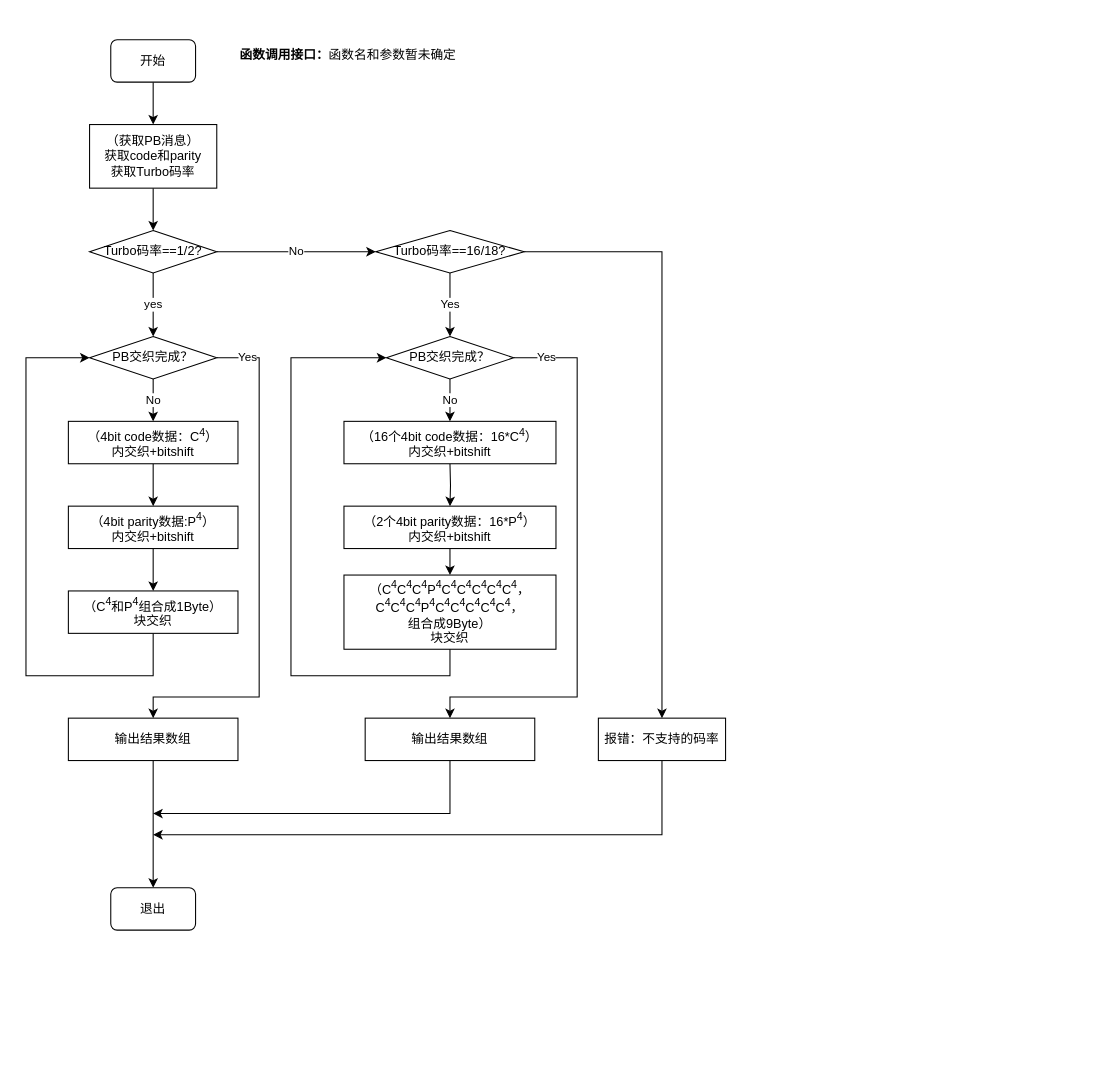
Above: page "InterLeave" (2 of 3) of HPLC物理层结构框图.drawio in wa-kakalala/PLCProject (draw.io), before the change. Source tidied: cells renumbered, new cells numbered last; positions are measured from the earlier drawing's top-left corner, leaving out a move shared by most shapes. Both pictures are drawn from the tidied source at 106%, with x=0, y=0 at pixel (25, 39).
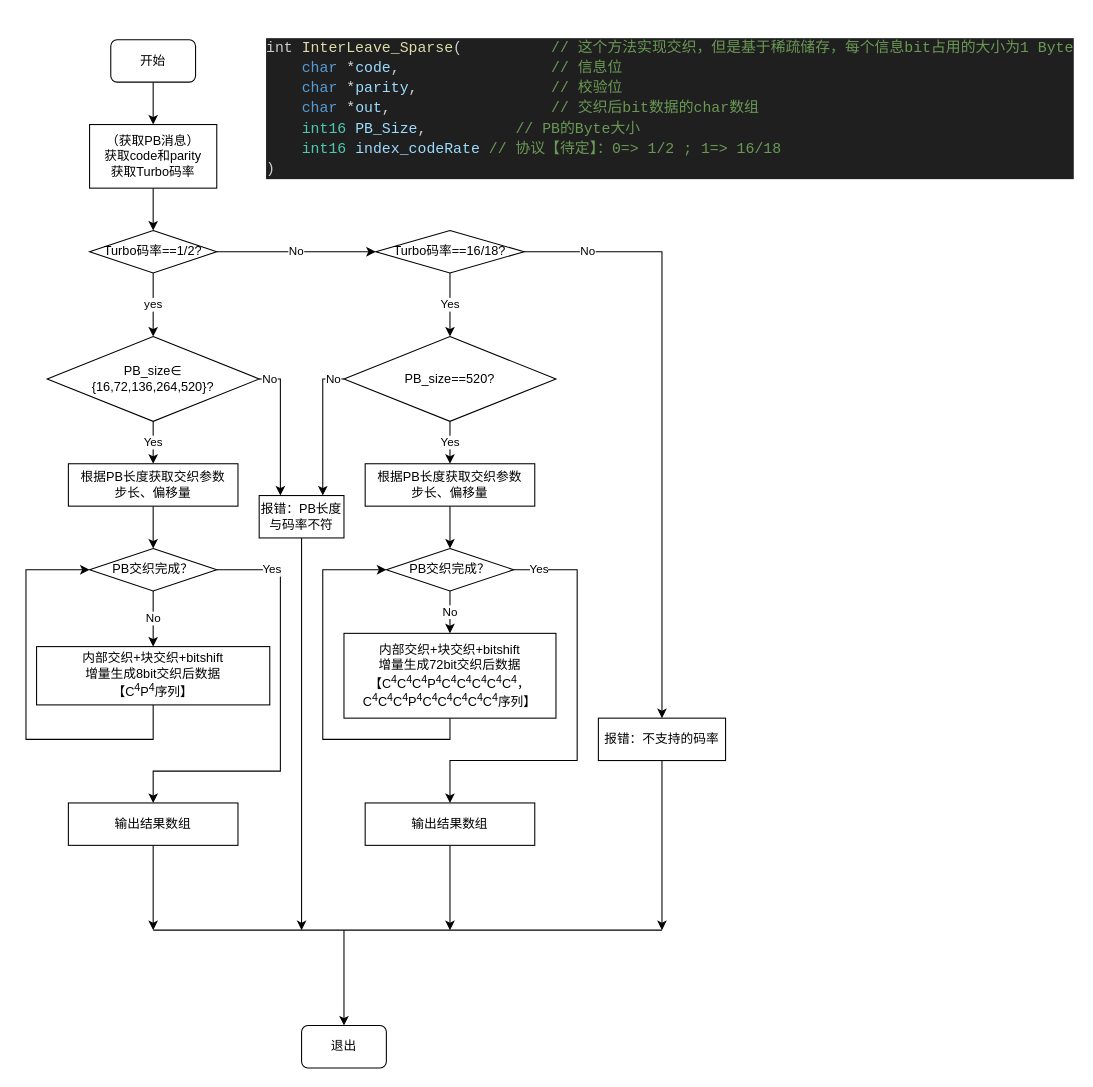
The same page after the edit.

Commit message:
更新了基于稀疏char数组的InterLeave实现逻辑

The change refers to these unchanged cells:
```xml
<mxCell id="8" value="Turbo码率==1/2?" style="rhombus;whiteSpace=wrap;html=1;" parent="1" vertex="1">
  <mxGeometry x="60" y="180" width="120" height="40" as="geometry" />
</mxCell>
<mxCell id="11" value="Turbo码率==16/18?" style="rhombus;whiteSpace=wrap;html=1;" parent="1" vertex="1">
  <mxGeometry x="330" y="180" width="140" height="40" as="geometry" />
</mxCell>
<mxCell id="35" value="报错：不支持的码率" style="rounded=0;whiteSpace=wrap;html=1;" parent="1" vertex="1">
  <mxGeometry x="540" y="640" width="120" height="40" as="geometry" />
</mxCell>
```

The edit, as a diff of the source:
```diff
@@
-    <mxCell id="7" value="yes" style="edgeStyle=orthogonalEdgeStyle;rounded=0;jettySize=auto;html=1;" parent="1" edge="1" source="8" target="21">
+    <mxCell id="7" value="yes" style="edgeStyle=orthogonalEdgeStyle;rounded=0;jettySize=auto;html=1;entryX=0.5;entryY=0;entryDx=0;entryDy=0;" parent="1" edge="1" source="8" target="52">
       <mxGeometry relative="1" as="geometry" />
     </mxCell>
@@
-    <mxCell id="9" value="Yes" style="edgeStyle=orthogonalEdgeStyle;rounded=0;jettySize=auto;html=1;" parent="1" edge="1" source="11" target="26">
-      <mxGeometry relative="1" as="geometry" />
-    </mxCell>
+    <mxCell id="38" value="Yes" style="edgeStyle=orthogonalEdgeStyle;rounded=0;jettySize=auto;html=1;exitX=0.5;exitY=1;exitDx=0;exitDy=0;entryX=0.5;entryY=0;entryDx=0;entryDy=0;" parent="1" edge="1" source="63" target="65">
+      <mxGeometry relative="1" as="geometry" />
+    </mxCell>
-    <mxCell id="10" style="edgeStyle=orthogonalEdgeStyle;rounded=0;jettySize=auto;html=1;" parent="1" edge="1" source="11" target="35">
-      <mxGeometry relative="1" as="geometry" />
+    <mxCell id="10" value="No" style="edgeStyle=orthogonalEdgeStyle;rounded=0;jettySize=auto;html=1;" parent="1" edge="1" source="11" target="35">
+      <mxGeometry x="-0.79" relative="1" as="geometry" />
     </mxCell>
+    <mxCell id="39" value="Yes" style="edgeStyle=orthogonalEdgeStyle;rounded=0;jettySize=auto;html=1;" parent="1" edge="1" source="11" target="63">
+      <mxGeometry relative="1" as="geometry" />
+    </mxCell>
@@
-    <mxCell id="12" style="edgeStyle=orthogonalEdgeStyle;rounded=0;jettySize=auto;html=1;" parent="1" edge="1" source="13" target="15">
-      <mxGeometry relative="1" as="geometry" />
-    </mxCell>
-    <mxCell id="13" value="（4bit code数据：C&lt;sup&gt;4&lt;/sup&gt;）&lt;br&gt;内交织+bitshift" style="rounded=0;whiteSpace=wrap;html=1;" parent="1" vertex="1">
-      <mxGeometry x="40" y="360" width="160" height="40" as="geometry" />
-    </mxCell>
-    <mxCell id="14" style="edgeStyle=orthogonalEdgeStyle;rounded=0;jettySize=auto;html=1;" parent="1" edge="1" source="15" target="18">
-      <mxGeometry relative="1" as="geometry" />
-    </mxCell>
-    <mxCell id="15" value="（4bit parity数据:P&lt;sup&gt;4&lt;/sup&gt;）&lt;br&gt;内交织+bitshift" style="rounded=0;whiteSpace=wrap;html=1;" parent="1" vertex="1">
-      <mxGeometry x="40" y="440" width="160" height="40" as="geometry" />
-    </mxCell>
-    <mxCell id="16" style="edgeStyle=orthogonalEdgeStyle;rounded=0;orthogonalLoop=1;jettySize=auto;html=1;" parent="1" edge="1">
-      <mxGeometry relative="1" as="geometry">
-        <mxPoint x="400" y="400" as="sourcePoint" />
-        <mxPoint x="400" y="440" as="targetPoint" />
-      </mxGeometry>
-    </mxCell>
-    <mxCell id="17" style="edgeStyle=orthogonalEdgeStyle;rounded=0;jettySize=auto;html=1;exitX=0.5;exitY=1;exitDx=0;exitDy=0;entryX=0;entryY=0.5;entryDx=0;entryDy=0;" parent="1" edge="1" source="18" target="21">
-      <mxGeometry relative="1" as="geometry">
-        <Array as="points">
-          <mxPoint x="120" y="600" />
-          <mxPoint y="600" />
-          <mxPoint y="300" />
-        </Array>
-      </mxGeometry>
-    </mxCell>
-    <mxCell id="18" value="（C&lt;sup&gt;4&lt;/sup&gt;和P&lt;sup&gt;4&lt;/sup&gt;组合成1Byte）&lt;br&gt;块交织" style="rounded=0;whiteSpace=wrap;html=1;" parent="1" vertex="1">
-      <mxGeometry x="40" y="520" width="160" height="40" as="geometry" />
-    </mxCell>
-    <mxCell id="19" value="No" style="edgeStyle=orthogonalEdgeStyle;rounded=0;jettySize=auto;html=1;" parent="1" edge="1" source="21" target="13">
-      <mxGeometry relative="1" as="geometry" />
-    </mxCell>
-    <mxCell id="20" value="Yes" style="edgeStyle=orthogonalEdgeStyle;rounded=0;jettySize=auto;html=1;entryX=0.5;entryY=0;entryDx=0;entryDy=0;" parent="1" edge="1" source="21" target="23">
-      <mxGeometry x="-0.88" relative="1" as="geometry">
-        <Array as="points">
-          <mxPoint x="220" y="300" />
-          <mxPoint x="220" y="620" />
-          <mxPoint x="120" y="620" />
-        </Array>
-      </mxGeometry>
-    </mxCell>
-    <mxCell id="21" value="PB交织完成？" style="rhombus;whiteSpace=wrap;html=1;" parent="1" vertex="1">
-      <mxGeometry x="60" y="280" width="120" height="40" as="geometry" />
-    </mxCell>
-    <mxCell id="22" style="edgeStyle=orthogonalEdgeStyle;rounded=0;jettySize=auto;html=1;" parent="1" edge="1" source="23" target="36">
-      <mxGeometry relative="1" as="geometry" />
-    </mxCell>
-    <mxCell id="23" value="输出结果数组" style="rounded=0;whiteSpace=wrap;html=1;" parent="1" vertex="1">
-      <mxGeometry x="40" y="640" width="160" height="40" as="geometry" />
-    </mxCell>
-    <mxCell id="24" value="（C&lt;sup&gt;4&lt;/sup&gt;C&lt;sup style=&quot;border-color: var(--border-color);&quot;&gt;4&lt;/sup&gt;C&lt;sup style=&quot;border-color: var(--border-color);&quot;&gt;4&lt;/sup&gt;P&lt;sup&gt;4&lt;/sup&gt;C&lt;sup style=&quot;border-color: var(--border-color);&quot;&gt;4&lt;/sup&gt;C&lt;sup style=&quot;border-color: var(--border-color);&quot;&gt;4&lt;/sup&gt;C&lt;sup style=&quot;border-color: var(--border-color);&quot;&gt;4&lt;/sup&gt;C&lt;sup style=&quot;border-color: var(--border-color);&quot;&gt;4&lt;/sup&gt;C&lt;sup style=&quot;border-color: var(--border-color);&quot;&gt;4&lt;/sup&gt;&lt;span style=&quot;border-color: var(--border-color);&quot;&gt;，&lt;br&gt;&lt;/span&gt;C&lt;sup style=&quot;border-color: var(--border-color);&quot;&gt;4&lt;/sup&gt;C&lt;sup style=&quot;border-color: var(--border-color);&quot;&gt;4&lt;/sup&gt;C&lt;sup style=&quot;border-color: var(--border-color);&quot;&gt;4&lt;/sup&gt;P&lt;sup style=&quot;border-color: var(--border-color);&quot;&gt;4&lt;/sup&gt;C&lt;sup style=&quot;border-color: var(--border-color);&quot;&gt;4&lt;/sup&gt;C&lt;sup style=&quot;border-color: var(--border-color);&quot;&gt;4&lt;/sup&gt;C&lt;sup style=&quot;border-color: var(--border-color);&quot;&gt;4&lt;/sup&gt;C&lt;sup style=&quot;border-color: var(--border-color);&quot;&gt;4&lt;/sup&gt;C&lt;sup style=&quot;border-color: var(--border-color);&quot;&gt;4&lt;/sup&gt;，&lt;sup&gt;&lt;br&gt;&lt;/sup&gt;组合成9Byte）&lt;br&gt;块交织" style="rounded=0;whiteSpace=wrap;html=1;" parent="1" vertex="1">
-      <mxGeometry x="300" y="505" width="200" height="70" as="geometry" />
-    </mxCell>
-    <mxCell id="25" value="No" style="edgeStyle=orthogonalEdgeStyle;rounded=0;jettySize=auto;html=1;" parent="1" edge="1" source="26">
-      <mxGeometry relative="1" as="geometry">
-        <mxPoint x="400" y="360" as="targetPoint" />
-      </mxGeometry>
-    </mxCell>
-    <mxCell id="26" value="PB交织完成？" style="rhombus;whiteSpace=wrap;html=1;" parent="1" vertex="1">
-      <mxGeometry x="340" y="280" width="120" height="40" as="geometry" />
-    </mxCell>
-    <mxCell id="27" value="（16个4bit code数据：16*C&lt;sup&gt;4&lt;/sup&gt;）&lt;br&gt;内交织+bitshift" style="rounded=0;whiteSpace=wrap;html=1;" parent="1" vertex="1">
-      <mxGeometry x="300" y="360" width="200" height="40" as="geometry" />
-    </mxCell>
-    <mxCell id="28" style="edgeStyle=orthogonalEdgeStyle;rounded=0;jettySize=auto;html=1;" parent="1" edge="1" source="29" target="24">
-      <mxGeometry relative="1" as="geometry" />
-    </mxCell>
-    <mxCell id="29" value="（2个4bit parity数据：16*P&lt;sup&gt;4&lt;/sup&gt;）&lt;br&gt;内交织+bitshift" style="rounded=0;whiteSpace=wrap;html=1;" parent="1" vertex="1">
-      <mxGeometry x="300" y="440" width="200" height="40" as="geometry" />
-    </mxCell>
+    <mxCell id="40" style="edgeStyle=none;rounded=0;jettySize=auto;html=1;exitX=0.5;exitY=1;exitDx=0;exitDy=0;startArrow=none;startFill=0;endArrow=classic;endFill=1;" parent="1" edge="1" source="41">
+      <mxGeometry relative="1" as="geometry">
+        <mxPoint x="120" y="840" as="targetPoint" />
+      </mxGeometry>
+    </mxCell>
+    <mxCell id="41" value="输出结果数组" style="rounded=0;whiteSpace=wrap;html=1;" parent="1" vertex="1">
+      <mxGeometry x="40" y="720" width="160" height="40" as="geometry" />
+    </mxCell>
+    <mxCell id="42" value="内部交织+块交织+bitshift&lt;br style=&quot;border-color: var(--border-color);&quot;&gt;增量生成72bit交织后数据【C&lt;sup&gt;4&lt;/sup&gt;C&lt;sup style=&quot;border-color: var(--border-color);&quot;&gt;4&lt;/sup&gt;C&lt;sup style=&quot;border-color: var(--border-color);&quot;&gt;4&lt;/sup&gt;P&lt;sup&gt;4&lt;/sup&gt;C&lt;sup style=&quot;border-color: var(--border-color);&quot;&gt;4&lt;/sup&gt;C&lt;sup style=&quot;border-color: var(--border-color);&quot;&gt;4&lt;/sup&gt;C&lt;sup style=&quot;border-color: var(--border-color);&quot;&gt;4&lt;/sup&gt;C&lt;sup style=&quot;border-color: var(--border-color);&quot;&gt;4&lt;/sup&gt;C&lt;sup style=&quot;border-color: var(--border-color);&quot;&gt;4&lt;/sup&gt;&lt;span style=&quot;border-color: var(--border-color);&quot;&gt;，&lt;br&gt;&lt;/span&gt;C&lt;sup style=&quot;border-color: var(--border-color);&quot;&gt;4&lt;/sup&gt;C&lt;sup style=&quot;border-color: var(--border-color);&quot;&gt;4&lt;/sup&gt;C&lt;sup style=&quot;border-color: var(--border-color);&quot;&gt;4&lt;/sup&gt;P&lt;sup style=&quot;border-color: var(--border-color);&quot;&gt;4&lt;/sup&gt;C&lt;sup style=&quot;border-color: var(--border-color);&quot;&gt;4&lt;/sup&gt;C&lt;sup style=&quot;border-color: var(--border-color);&quot;&gt;4&lt;/sup&gt;C&lt;sup style=&quot;border-color: var(--border-color);&quot;&gt;4&lt;/sup&gt;C&lt;sup style=&quot;border-color: var(--border-color);&quot;&gt;4&lt;/sup&gt;C&lt;sup style=&quot;border-color: var(--border-color);&quot;&gt;4&lt;/sup&gt;序列】" style="rounded=0;whiteSpace=wrap;html=1;" parent="1" vertex="1">
+      <mxGeometry x="300" y="560" width="200" height="80" as="geometry" />
+    </mxCell>
+    <mxCell id="43" value="No" style="edgeStyle=orthogonalEdgeStyle;rounded=0;jettySize=auto;html=1;entryX=0.5;entryY=0;entryDx=0;entryDy=0;" parent="1" edge="1" source="44" target="42">
+      <mxGeometry relative="1" as="geometry" />
+    </mxCell>
+    <mxCell id="44" value="PB交织完成？" style="rhombus;whiteSpace=wrap;html=1;" parent="1" vertex="1">
+      <mxGeometry x="340" y="480" width="120" height="40" as="geometry" />
+    </mxCell>
-    <mxCell id="30" value="Yes" style="edgeStyle=orthogonalEdgeStyle;rounded=0;jettySize=auto;html=1;entryX=0.5;entryY=0;entryDx=0;entryDy=0;exitX=1;exitY=0.5;exitDx=0;exitDy=0;" parent="1" edge="1" source="26" target="32">
+    <mxCell id="30" value="Yes" style="edgeStyle=orthogonalEdgeStyle;rounded=0;jettySize=auto;html=1;entryX=0.5;entryY=0;entryDx=0;entryDy=0;exitX=1;exitY=0.5;exitDx=0;exitDy=0;" parent="1" edge="1" source="44" target="46">
       <mxGeometry x="-0.88" relative="1" as="geometry">
         <Array as="points">
-          <mxPoint x="520" y="300" />
-          <mxPoint x="520" y="620" />
-          <mxPoint x="400" y="620" />
+          <mxPoint x="520" y="500" />
+          <mxPoint x="520" y="680" />
+          <mxPoint x="400" y="680" />
         </Array>
       </mxGeometry>
     </mxCell>
-    <mxCell id="31" style="edgeStyle=orthogonalEdgeStyle;rounded=0;jettySize=auto;html=1;" parent="1" edge="1" source="32">
-      <mxGeometry relative="1" as="geometry">
-        <mxPoint x="120" y="730" as="targetPoint" />
-        <Array as="points">
-          <mxPoint x="400" y="730" />
-        </Array>
-      </mxGeometry>
-    </mxCell>
-    <mxCell id="32" value="输出结果数组" style="rounded=0;whiteSpace=wrap;html=1;" parent="1" vertex="1">
-      <mxGeometry x="320" y="640" width="160" height="40" as="geometry" />
-    </mxCell>
-    <mxCell id="33" style="edgeStyle=orthogonalEdgeStyle;rounded=0;jettySize=auto;html=1;exitX=0.5;exitY=1;exitDx=0;exitDy=0;entryX=0;entryY=0.5;entryDx=0;entryDy=0;" parent="1" edge="1" source="24" target="26">
-      <mxGeometry relative="1" as="geometry">
-        <Array as="points">
-          <mxPoint x="400" y="600" />
-          <mxPoint x="250" y="600" />
-          <mxPoint x="250" y="300" />
-        </Array>
-      </mxGeometry>
-    </mxCell>
-    <mxCell id="34" style="edgeStyle=orthogonalEdgeStyle;rounded=0;jettySize=auto;html=1;exitX=0.5;exitY=1;exitDx=0;exitDy=0;" parent="1" edge="1" source="35">
-      <mxGeometry relative="1" as="geometry">
-        <mxPoint x="120" y="750" as="targetPoint" />
-        <Array as="points">
-          <mxPoint x="600" y="750" />
-          <mxPoint x="120" y="750" />
-        </Array>
-      </mxGeometry>
-    </mxCell>
+    <mxCell id="45" style="edgeStyle=none;rounded=0;jettySize=auto;html=1;exitX=0.5;exitY=1;exitDx=0;exitDy=0;startArrow=none;startFill=0;endArrow=classic;endFill=1;" parent="1" edge="1" source="46">
+      <mxGeometry relative="1" as="geometry">
+        <mxPoint x="400" y="840" as="targetPoint" />
+      </mxGeometry>
+    </mxCell>
+    <mxCell id="46" value="输出结果数组" style="rounded=0;whiteSpace=wrap;html=1;" parent="1" vertex="1">
+      <mxGeometry x="320" y="720" width="160" height="40" as="geometry" />
+    </mxCell>
+    <mxCell id="47" style="edgeStyle=orthogonalEdgeStyle;rounded=0;jettySize=auto;html=1;exitX=0.5;exitY=1;exitDx=0;exitDy=0;entryX=0;entryY=0.5;entryDx=0;entryDy=0;" parent="1" edge="1" source="42" target="44">
+      <mxGeometry relative="1" as="geometry">
+        <Array as="points">
+          <mxPoint x="400" y="660" />
+          <mxPoint x="280" y="660" />
+          <mxPoint x="280" y="500" />
+        </Array>
+      </mxGeometry>
+    </mxCell>
+    <mxCell id="48" style="edgeStyle=none;rounded=0;jettySize=auto;html=1;exitX=0.5;exitY=1;exitDx=0;exitDy=0;startArrow=none;startFill=0;endArrow=classic;endFill=1;" parent="1" edge="1" source="35">
+      <mxGeometry relative="1" as="geometry">
+        <mxPoint x="600" y="840" as="targetPoint" />
+      </mxGeometry>
+    </mxCell>
@@
+    <mxCell id="49" style="edgeStyle=none;rounded=0;jettySize=auto;html=1;exitX=0.5;exitY=0;exitDx=0;exitDy=0;endArrow=none;endFill=0;startArrow=classic;startFill=1;" parent="1" edge="1" source="36">
+      <mxGeometry relative="1" as="geometry">
+        <mxPoint x="300" y="840" as="targetPoint" />
+      </mxGeometry>
+    </mxCell>
     <mxCell id="36" value="退出" style="rounded=1;whiteSpace=wrap;html=1;" parent="1" vertex="1">
-      <mxGeometry x="80" y="800" width="80" height="40" as="geometry" />
+      <mxGeometry x="260" y="930" width="80" height="40" as="geometry" />
     </mxCell>
-    <mxCell id="37" value="&lt;b&gt;函数调用接口：&lt;/b&gt;函数名和参数暂未确定" style="text;html=1;strokeColor=none;fillColor=none;align=left;verticalAlign=middle;whiteSpace=wrap;rounded=0;" parent="1" vertex="1">
-      <mxGeometry x="200" width="246" height="30" as="geometry" />
-    </mxCell>
+    <mxCell id="50" value="Yes" style="edgeStyle=orthogonalEdgeStyle;rounded=0;jettySize=auto;html=1;" parent="1" edge="1" source="52" target="54">
+      <mxGeometry relative="1" as="geometry" />
+    </mxCell>
+    <mxCell id="51" value="No" style="edgeStyle=orthogonalEdgeStyle;rounded=0;jettySize=auto;html=1;" parent="1" edge="1" source="52" target="61">
+      <mxGeometry x="-0.85" relative="1" as="geometry">
+        <Array as="points">
+          <mxPoint x="240" y="320" />
+        </Array>
+      </mxGeometry>
+    </mxCell>
+    <mxCell id="52" value="PB_size∈&lt;br&gt;{16,72,136,264,520}?" style="rhombus;whiteSpace=wrap;html=1;" parent="1" vertex="1">
+      <mxGeometry x="20" y="280" width="200" height="80" as="geometry" />
+    </mxCell>
+    <mxCell id="53" style="edgeStyle=orthogonalEdgeStyle;rounded=0;jettySize=auto;html=1;" parent="1" edge="1" source="54" target="59">
+      <mxGeometry relative="1" as="geometry" />
+    </mxCell>
+    <mxCell id="54" value="根据PB长度获取交织参数&lt;br&gt;步长、偏移量" style="rounded=0;whiteSpace=wrap;html=1;" parent="1" vertex="1">
+      <mxGeometry x="40" y="400" width="160" height="40" as="geometry" />
+    </mxCell>
+    <mxCell id="55" style="edgeStyle=orthogonalEdgeStyle;rounded=0;jettySize=auto;html=1;exitX=0.5;exitY=1;exitDx=0;exitDy=0;entryX=0;entryY=0.5;entryDx=0;entryDy=0;" parent="1" edge="1" source="56" target="59">
+      <mxGeometry relative="1" as="geometry">
+        <Array as="points">
+          <mxPoint x="120" y="660" />
+          <mxPoint y="660" />
+          <mxPoint y="500" />
+        </Array>
+      </mxGeometry>
+    </mxCell>
+    <mxCell id="56" value="内部交织+块交织+bitshift&lt;br&gt;增量生成8bit交织后数据&lt;br&gt;【C&lt;sup style=&quot;border-color: var(--border-color);&quot;&gt;4&lt;/sup&gt;P&lt;sup style=&quot;border-color: var(--border-color);&quot;&gt;4&lt;/sup&gt;&lt;span style=&quot;border-color: var(--border-color);&quot;&gt;序列&lt;/span&gt;】" style="rounded=0;whiteSpace=wrap;html=1;" parent="1" vertex="1">
+      <mxGeometry x="10" y="572.5" width="220" height="55" as="geometry" />
+    </mxCell>
+    <mxCell id="57" value="No" style="edgeStyle=orthogonalEdgeStyle;rounded=0;jettySize=auto;html=1;" parent="1" edge="1" source="59" target="56">
+      <mxGeometry relative="1" as="geometry" />
+    </mxCell>
+    <mxCell id="58" value="Yes" style="edgeStyle=orthogonalEdgeStyle;rounded=0;jettySize=auto;html=1;exitX=1;exitY=0.5;exitDx=0;exitDy=0;entryX=0.5;entryY=0;entryDx=0;entryDy=0;" parent="1" edge="1" source="59" target="41">
+      <mxGeometry x="-0.74" relative="1" as="geometry">
+        <Array as="points">
+          <mxPoint x="240" y="500" />
+          <mxPoint x="240" y="690" />
+          <mxPoint x="120" y="690" />
+        </Array>
+      </mxGeometry>
+    </mxCell>
+    <mxCell id="59" value="PB交织完成？" style="rhombus;whiteSpace=wrap;html=1;" parent="1" vertex="1">
+      <mxGeometry x="60" y="480" width="120" height="40" as="geometry" />
+    </mxCell>
+    <mxCell id="60" style="edgeStyle=orthogonalEdgeStyle;rounded=0;jettySize=auto;html=1;" parent="1" edge="1" source="61">
+      <mxGeometry relative="1" as="geometry">
+        <mxPoint x="260" y="840" as="targetPoint" />
+      </mxGeometry>
+    </mxCell>
+    <mxCell id="61" value="报错：PB长度与码率不符" style="rounded=0;whiteSpace=wrap;html=1;" parent="1" vertex="1">
+      <mxGeometry x="220" y="430" width="80" height="40" as="geometry" />
+    </mxCell>
+    <mxCell id="62" value="No" style="edgeStyle=orthogonalEdgeStyle;rounded=0;jettySize=auto;html=1;entryX=0.75;entryY=0;entryDx=0;entryDy=0;" parent="1" edge="1" source="63" target="61">
+      <mxGeometry x="-0.85" relative="1" as="geometry">
+        <Array as="points">
+          <mxPoint x="280" y="320" />
+        </Array>
+      </mxGeometry>
+    </mxCell>
+    <mxCell id="63" value="PB_size==520?" style="rhombus;whiteSpace=wrap;html=1;" parent="1" vertex="1">
+      <mxGeometry x="300" y="280" width="200" height="80" as="geometry" />
+    </mxCell>
+    <mxCell id="64" style="edgeStyle=orthogonalEdgeStyle;rounded=0;jettySize=auto;html=1;" parent="1" edge="1" source="65" target="44">
+      <mxGeometry relative="1" as="geometry" />
+    </mxCell>
+    <mxCell id="65" value="根据PB长度获取交织参数&lt;br&gt;步长、偏移量" style="rounded=0;whiteSpace=wrap;html=1;" parent="1" vertex="1">
+      <mxGeometry x="320" y="400" width="160" height="40" as="geometry" />
+    </mxCell>
+    <mxCell id="66" style="endArrow=none;html=1;rounded=0;" parent="1" edge="1">
+      <mxGeometry relative="1" as="geometry">
+        <mxPoint x="600" y="840" as="sourcePoint" />
+        <mxPoint x="120" y="840" as="targetPoint" />
+      </mxGeometry>
+    </mxCell>
+    <mxCell id="67" value="&lt;div style=&quot;color: rgb(204, 204, 204); background-color: rgb(31, 31, 31); font-family: Consolas, &amp;quot;Courier New&amp;quot;, monospace; font-size: 14px; line-height: 19px;&quot;&gt;&lt;p&gt;int &lt;span style=&quot;color: #dcdcaa;&quot;&gt;InterLeave_Sparse&lt;/span&gt;(&lt;span style=&quot;color: #6a9955;&quot;&gt; &amp;nbsp; &amp;nbsp; &amp;nbsp; &amp;nbsp; &amp;nbsp;// 这个方法实现交织，但是基于稀疏储存，每个信息bit占用的大小为1 Byte&lt;br&gt;&lt;/span&gt;&amp;nbsp; &amp;nbsp; &lt;span style=&quot;color: #569cd6;&quot;&gt;char&lt;/span&gt; &lt;span style=&quot;color: #d4d4d4;&quot;&gt;*&lt;/span&gt;&lt;span style=&quot;color: #9cdcfe;&quot;&gt;code&lt;/span&gt;,&lt;span style=&quot;color: #6a9955;&quot;&gt; &amp;nbsp; &amp;nbsp; &amp;nbsp; &amp;nbsp; &amp;nbsp; &amp;nbsp; &amp;nbsp; &amp;nbsp; // 信息位&lt;br&gt;&lt;/span&gt;&amp;nbsp; &amp;nbsp; &lt;span style=&quot;color: #569cd6;&quot;&gt;char&lt;/span&gt; &lt;span style=&quot;color: #d4d4d4;&quot;&gt;*&lt;/span&gt;&lt;span style=&quot;color: #9cdcfe;&quot;&gt;parity&lt;/span&gt;,&lt;span style=&quot;color: #6a9955;&quot;&gt; &amp;nbsp; &amp;nbsp; &amp;nbsp; &amp;nbsp; &amp;nbsp; &amp;nbsp; &amp;nbsp; // 校验位&lt;br&gt;&lt;/span&gt;&amp;nbsp; &amp;nbsp; &lt;span style=&quot;color: #569cd6;&quot;&gt;char&lt;/span&gt; &lt;span style=&quot;color: #d4d4d4;&quot;&gt;*&lt;/span&gt;&lt;span style=&quot;color: #9cdcfe;&quot;&gt;out&lt;/span&gt;,&lt;span style=&quot;color: #6a9955;&quot;&gt; &amp;nbsp; &amp;nbsp; &amp;nbsp; &amp;nbsp; &amp;nbsp; &amp;nbsp; &amp;nbsp; &amp;nbsp; &amp;nbsp;// 交织后bit数据的char数组&lt;br&gt;&lt;/span&gt;&amp;nbsp; &amp;nbsp; &lt;span style=&quot;color: #4ec9b0;&quot;&gt;int16&lt;/span&gt; &lt;span style=&quot;color: #9cdcfe;&quot;&gt;PB_Size&lt;/span&gt;,&lt;span style=&quot;color: #6a9955;&quot;&gt; &amp;nbsp; &amp;nbsp; &amp;nbsp; &amp;nbsp; &amp;nbsp;// PB的Byte大小&lt;br&gt;&lt;/span&gt;&amp;nbsp; &amp;nbsp; &lt;span style=&quot;color: #4ec9b0;&quot;&gt;int16&lt;/span&gt; &lt;span style=&quot;color: #9cdcfe;&quot;&gt;index_codeRate&lt;/span&gt;&lt;span style=&quot;color: #6a9955;&quot;&gt; // 协议【待定】：0=&amp;gt; 1/2 ; 1=&amp;gt; 16/18&lt;br&gt;&lt;/span&gt;)&lt;/p&gt;&lt;/div&gt;" style="text;html=1;align=left;verticalAlign=middle;strokeColor=none;fillColor=none;" parent="1" vertex="1">
+      <mxGeometry x="225" y="-20" width="750" height="170" as="geometry" />
+    </mxCell>
```
